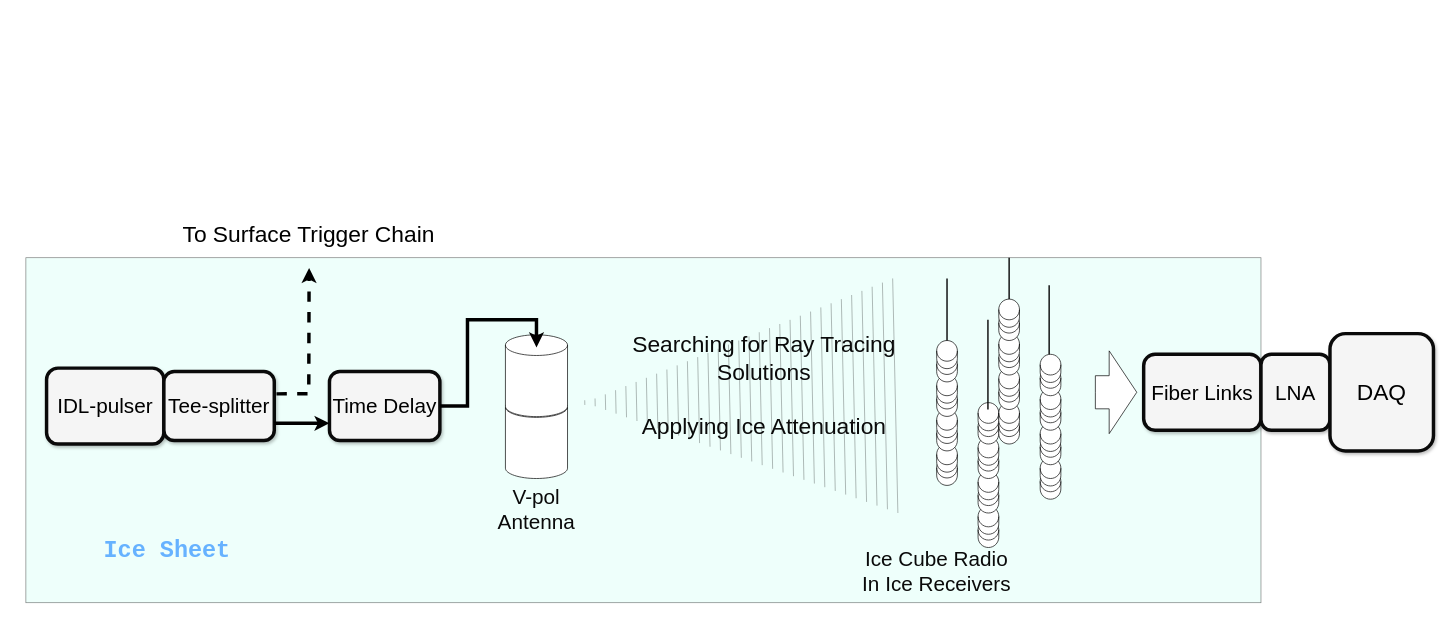
Before: inIceChain.drawio in alisanozdrina/cath_sim, a draw.io diagram. Source tidied: cells renumbered, new cells numbered last; positions are measured from the earlier drawing's top-left corner, leaving out a move shared by most shapes. Both pictures are drawn from the tidied source at 69%, with x=0, y=0 at pixel (26, 19).
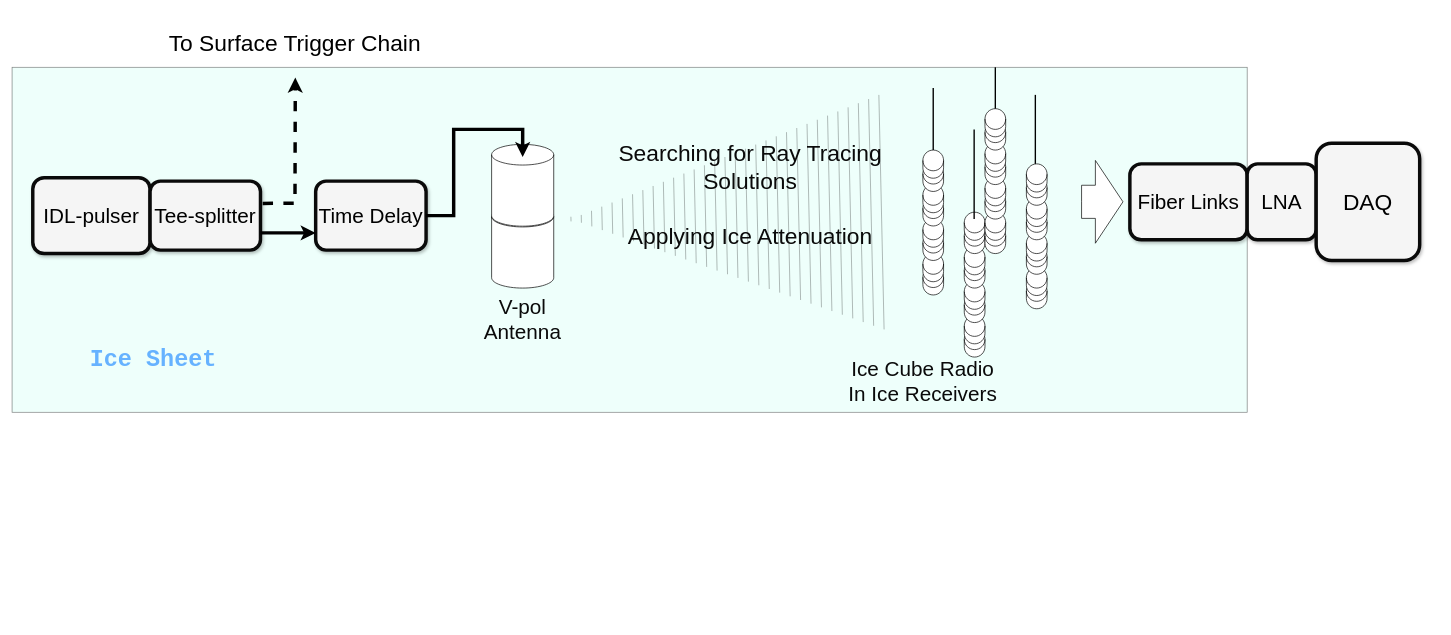
Above is the later version.

Diff of the diagram source:
```diff
@@
-    <mxCell id="2" style="group;" parent="1" vertex="1">
-      <mxGeometry width="2040" height="876" as="geometry" />
-    </mxCell>
-    <mxCell id="3" style="rounded=0;whiteSpace=wrap;html=1;fillColor=#DEFFF7;opacity=50;" parent="2" vertex="1">
-      <mxGeometry y="346" width="1790" height="500" as="geometry" />
+    <mxCell id="3" style="rounded=0;whiteSpace=wrap;html=1;fillColor=#DEFFF7;opacity=50;" parent="1" vertex="1">
+      <mxGeometry x="-20" y="70" width="1790" height="500" as="geometry" />
     </mxCell>
-    <mxCell id="4" style="edgeStyle=orthogonalEdgeStyle;rounded=0;orthogonalLoop=1;jettySize=auto;html=1;exitX=0.5;exitY=1;exitDx=0;exitDy=0;exitPerimeter=0;" parent="2" edge="1">
+    <mxCell id="4" style="edgeStyle=orthogonalEdgeStyle;rounded=0;orthogonalLoop=1;jettySize=auto;html=1;exitX=0.5;exitY=1;exitDx=0;exitDy=0;exitPerimeter=0;" parent="1" edge="1">
       <mxGeometry relative="1" as="geometry">
-        <mxPoint x="265" y="406" as="sourcePoint" />
-        <mxPoint x="265" y="406" as="targetPoint" />
+        <mxPoint x="245" y="130" as="sourcePoint" />
+        <mxPoint x="245" y="130" as="targetPoint" />
       </mxGeometry>
     </mxCell>
-    <mxCell id="5" style="group;" parent="2" vertex="1">
+    <mxCell id="5" style="group;" parent="1" vertex="1">
       <mxGeometry x="150" width="180" height="392" as="geometry" />
     </mxCell>
-    <mxCell id="6" value="&lt;pre&gt;&lt;font style=&quot;font-size: 34px;&quot;&gt;&lt;b&gt;Ice Sheet &lt;/b&gt;&lt;/font&gt;&lt;/pre&gt;" style="text;strokeColor=none;align=center;fillColor=none;html=1;verticalAlign=middle;whiteSpace=wrap;rounded=0;fontColor=#66B2FF;" parent="2" vertex="1">
-      <mxGeometry x="120" y="726" width="190" height="90" as="geometry" />
+    <mxCell id="6" value="&lt;pre&gt;&lt;font style=&quot;font-size: 34px;&quot;&gt;&lt;b&gt;Ice Sheet &lt;/b&gt;&lt;/font&gt;&lt;/pre&gt;" style="text;strokeColor=none;align=center;fillColor=none;html=1;verticalAlign=middle;whiteSpace=wrap;rounded=0;fontColor=#66B2FF;" parent="1" vertex="1">
+      <mxGeometry x="100" y="450" width="190" height="90" as="geometry" />
     </mxCell>
-    <mxCell id="7" style="group;" parent="2" vertex="1">
-      <mxGeometry x="1320" y="406" width="180" height="410" as="geometry" />
+    <mxCell id="7" style="group;" parent="1" vertex="1">
+      <mxGeometry x="1300" y="130" width="180" height="410" as="geometry" />
     </mxCell>
@@
-    <mxCell id="62" style="endArrow=none;html=1;strokeWidth=2;rounded=0;" parent="2" edge="1">
+    <mxCell id="62" style="endArrow=none;html=1;strokeWidth=2;rounded=0;" parent="1" edge="1">
       <mxGeometry relative="1" as="geometry">
-        <mxPoint x="1335" y="376" as="sourcePoint" />
-        <mxPoint x="1335" y="466" as="targetPoint" />
+        <mxPoint x="1315" y="100" as="sourcePoint" />
+        <mxPoint x="1315" y="190" as="targetPoint" />
       </mxGeometry>
     </mxCell>
-    <mxCell id="63" style="endArrow=none;html=1;strokeWidth=2;rounded=0;" parent="2" edge="1">
+    <mxCell id="63" style="endArrow=none;html=1;strokeWidth=2;rounded=0;" parent="1" edge="1">
       <mxGeometry relative="1" as="geometry">
-        <mxPoint x="1425" y="346" as="sourcePoint" />
-        <mxPoint x="1425" y="406" as="targetPoint" />
+        <mxPoint x="1405" y="70" as="sourcePoint" />
+        <mxPoint x="1405" y="130" as="targetPoint" />
       </mxGeometry>
     </mxCell>
-    <mxCell id="64" style="endArrow=none;html=1;strokeWidth=2;rounded=0;" parent="2" edge="1">
+    <mxCell id="64" style="endArrow=none;html=1;strokeWidth=2;rounded=0;" parent="1" edge="1">
       <mxGeometry relative="1" as="geometry">
-        <mxPoint x="1483" y="386" as="sourcePoint" />
-        <mxPoint x="1483" y="486" as="targetPoint" />
+        <mxPoint x="1463" y="110" as="sourcePoint" />
+        <mxPoint x="1463" y="210" as="targetPoint" />
       </mxGeometry>
     </mxCell>
-    <mxCell id="65" value="&lt;font style=&quot;font-size: 30px;&quot; color=&quot;#0a0a0a&quot;&gt;Ice Cube Radio In Ice Receivers&lt;br&gt;&lt;/font&gt;" style="text;strokeColor=none;align=center;fillColor=none;html=1;verticalAlign=middle;whiteSpace=wrap;rounded=0;strokeWidth=4;fontStyle=0;fontSize=19;fontColor=#4F4F4F;" parent="2" vertex="1">
-      <mxGeometry x="1210" y="726" width="220" height="150" as="geometry" />
+    <mxCell id="65" value="&lt;font style=&quot;font-size: 30px;&quot; color=&quot;#0a0a0a&quot;&gt;Ice Cube Radio In Ice Receivers&lt;br&gt;&lt;/font&gt;" style="text;strokeColor=none;align=center;fillColor=none;html=1;verticalAlign=middle;whiteSpace=wrap;rounded=0;strokeWidth=4;fontStyle=0;fontSize=19;fontColor=#4F4F4F;" parent="1" vertex="1">
+      <mxGeometry x="1190" y="450" width="220" height="150" as="geometry" />
     </mxCell>
-    <mxCell id="66" value="&lt;font style=&quot;font-size: 30px;&quot;&gt;IDL-pulser&lt;/font&gt;" style="whiteSpace=wrap;html=1;shadow=1;fontSize=19;fillColor=#f5f5f5;strokeColor=#0A0A0A;strokeWidth=5;rounded=1;" parent="2" vertex="1">
-      <mxGeometry x="30" y="506" width="170" height="110" as="geometry" />
+    <mxCell id="66" value="&lt;font style=&quot;font-size: 30px;&quot;&gt;IDL-pulser&lt;/font&gt;" style="whiteSpace=wrap;html=1;shadow=1;fontSize=19;fillColor=#f5f5f5;strokeColor=#0A0A0A;strokeWidth=5;rounded=1;" parent="1" vertex="1">
+      <mxGeometry x="10" y="230" width="170" height="110" as="geometry" />
     </mxCell>
-    <mxCell id="67" value="&lt;font style=&quot;font-size: 30px;&quot;&gt;Tee-splitter&lt;/font&gt;" style="whiteSpace=wrap;html=1;shadow=1;fontSize=19;fillColor=#f5f5f5;strokeColor=#0A0A0A;strokeWidth=5;rounded=1;" parent="2" vertex="1">
-      <mxGeometry x="200" y="511" width="160" height="100" as="geometry" />
+    <mxCell id="67" value="&lt;font style=&quot;font-size: 30px;&quot;&gt;Tee-splitter&lt;/font&gt;" style="whiteSpace=wrap;html=1;shadow=1;fontSize=19;fillColor=#f5f5f5;strokeColor=#0A0A0A;strokeWidth=5;rounded=1;" parent="1" vertex="1">
+      <mxGeometry x="180" y="235" width="160" height="100" as="geometry" />
     </mxCell>
-    <mxCell id="68" value="&lt;font style=&quot;font-size: 30px;&quot;&gt;Time Delay&lt;/font&gt;" style="whiteSpace=wrap;html=1;shadow=1;fontSize=19;fillColor=#f5f5f5;strokeColor=#0A0A0A;strokeWidth=5;rounded=1;" parent="2" vertex="1">
-      <mxGeometry x="440" y="511" width="160" height="100" as="geometry" />
+    <mxCell id="68" value="&lt;font style=&quot;font-size: 30px;&quot;&gt;Time Delay&lt;/font&gt;" style="whiteSpace=wrap;html=1;shadow=1;fontSize=19;fillColor=#f5f5f5;strokeColor=#0A0A0A;strokeWidth=5;rounded=1;" parent="1" vertex="1">
+      <mxGeometry x="420" y="235" width="160" height="100" as="geometry" />
     </mxCell>
-    <mxCell id="69" style="group;" parent="2" vertex="1">
-      <mxGeometry x="695" y="456" width="90" height="210" as="geometry" />
+    <mxCell id="69" style="group;" parent="1" vertex="1">
+      <mxGeometry x="675" y="180" width="90" height="210" as="geometry" />
     </mxCell>
@@
-    <mxCell id="72" value="&lt;font style=&quot;font-size: 30px;&quot; color=&quot;#0a0a0a&quot;&gt;V-pol Antenna&lt;/font&gt;&lt;font style=&quot;font-size: 30px;&quot; color=&quot;#0a0a0a&quot;&gt;&lt;br&gt;&lt;/font&gt;" style="text;strokeColor=none;align=center;fillColor=none;html=1;verticalAlign=middle;whiteSpace=wrap;rounded=0;strokeWidth=4;fontStyle=0;fontSize=19;fontColor=#4F4F4F;" parent="2" vertex="1">
-      <mxGeometry x="695" y="696" width="90" height="30" as="geometry" />
+    <mxCell id="72" value="&lt;font style=&quot;font-size: 30px;&quot; color=&quot;#0a0a0a&quot;&gt;V-pol Antenna&lt;/font&gt;&lt;font style=&quot;font-size: 30px;&quot; color=&quot;#0a0a0a&quot;&gt;&lt;br&gt;&lt;/font&gt;" style="text;strokeColor=none;align=center;fillColor=none;html=1;verticalAlign=middle;whiteSpace=wrap;rounded=0;strokeWidth=4;fontStyle=0;fontSize=19;fontColor=#4F4F4F;" parent="1" vertex="1">
+      <mxGeometry x="675" y="420" width="90" height="30" as="geometry" />
     </mxCell>
-    <mxCell id="73" style="shape=mxgraph.arrows2.wedgeArrowDashed2;html=1;startWidth=170;stepSize=15;rounded=0;opacity=40;" parent="2" edge="1">
+    <mxCell id="73" style="shape=mxgraph.arrows2.wedgeArrowDashed2;html=1;startWidth=170;stepSize=15;rounded=0;opacity=40;" parent="1" edge="1">
       <mxGeometry relative="1" as="geometry">
-        <mxPoint x="1260" y="546" as="sourcePoint" />
-        <mxPoint x="810" y="556" as="targetPoint" />
+        <mxPoint x="1240" y="280" as="sourcePoint" />
+        <mxPoint x="790" y="290" as="targetPoint" />
       </mxGeometry>
     </mxCell>
-    <mxCell id="74" value="&lt;div style=&quot;font-size: 33px;&quot;&gt;&lt;font style=&quot;font-size: 33px;&quot; color=&quot;#0a0a0a&quot;&gt;Searching for Ray Tracing Solutions&lt;br&gt;&lt;/font&gt;&lt;/div&gt;&lt;div style=&quot;font-size: 33px;&quot;&gt;&lt;font style=&quot;font-size: 33px;&quot; color=&quot;#0a0a0a&quot;&gt;&lt;br&gt;&lt;/font&gt;&lt;/div&gt;&lt;div style=&quot;font-size: 33px;&quot;&gt;&lt;font style=&quot;font-size: 33px;&quot; color=&quot;#0a0a0a&quot;&gt;Applying Ice Attenuation&lt;br&gt;&lt;/font&gt;&lt;/div&gt;" style="text;strokeColor=none;align=center;fillColor=none;html=1;verticalAlign=middle;whiteSpace=wrap;rounded=0;strokeWidth=4;fontStyle=0;fontSize=19;fontColor=#4F4F4F;" parent="2" vertex="1">
-      <mxGeometry x="870" y="436" width="400" height="190" as="geometry" />
+    <mxCell id="74" value="&lt;div style=&quot;font-size: 33px;&quot;&gt;&lt;font style=&quot;font-size: 33px;&quot; color=&quot;#0a0a0a&quot;&gt;Searching for Ray Tracing Solutions&lt;br&gt;&lt;/font&gt;&lt;/div&gt;&lt;div style=&quot;font-size: 33px;&quot;&gt;&lt;font style=&quot;font-size: 33px;&quot; color=&quot;#0a0a0a&quot;&gt;&lt;br&gt;&lt;/font&gt;&lt;/div&gt;&lt;div style=&quot;font-size: 33px;&quot;&gt;&lt;font style=&quot;font-size: 33px;&quot; color=&quot;#0a0a0a&quot;&gt;Applying Ice Attenuation&lt;br&gt;&lt;/font&gt;&lt;/div&gt;" style="text;strokeColor=none;align=center;fillColor=none;html=1;verticalAlign=middle;whiteSpace=wrap;rounded=0;strokeWidth=4;fontStyle=0;fontSize=19;fontColor=#4F4F4F;" parent="1" vertex="1">
+      <mxGeometry x="850" y="160" width="400" height="190" as="geometry" />
     </mxCell>
-    <mxCell id="75" value="&lt;font style=&quot;font-size: 30px;&quot;&gt;Fiber Links&lt;/font&gt;" style="whiteSpace=wrap;html=1;shadow=1;fontSize=19;fillColor=#f5f5f5;strokeColor=#0A0A0A;strokeWidth=5;rounded=1;" parent="2" vertex="1">
-      <mxGeometry x="1620" y="486" width="170" height="110" as="geometry" />
+    <mxCell id="75" value="&lt;font style=&quot;font-size: 30px;&quot;&gt;Fiber Links&lt;/font&gt;" style="whiteSpace=wrap;html=1;shadow=1;fontSize=19;fillColor=#f5f5f5;strokeColor=#0A0A0A;strokeWidth=5;rounded=1;" parent="1" vertex="1">
+      <mxGeometry x="1600" y="210" width="170" height="110" as="geometry" />
     </mxCell>
-    <mxCell id="76" style="html=1;shadow=0;dashed=0;align=center;verticalAlign=middle;shape=mxgraph.arrows2.arrow;dy=0.6;dx=40;notch=0;" parent="2" vertex="1">
-      <mxGeometry x="1550" y="481" width="60" height="120" as="geometry" />
+    <mxCell id="76" style="html=1;shadow=0;dashed=0;align=center;verticalAlign=middle;shape=mxgraph.arrows2.arrow;dy=0.6;dx=40;notch=0;" parent="1" vertex="1">
+      <mxGeometry x="1530" y="205" width="60" height="120" as="geometry" />
     </mxCell>
-    <mxCell id="77" value="&lt;font style=&quot;font-size: 30px;&quot;&gt;LNA&lt;/font&gt;" style="whiteSpace=wrap;html=1;shadow=1;fontSize=19;fillColor=#f5f5f5;strokeColor=#0A0A0A;strokeWidth=5;rounded=1;" parent="2" vertex="1">
-      <mxGeometry x="1790" y="486" width="100" height="110" as="geometry" />
+    <mxCell id="77" value="&lt;font style=&quot;font-size: 30px;&quot;&gt;LNA&lt;/font&gt;" style="whiteSpace=wrap;html=1;shadow=1;fontSize=19;fillColor=#f5f5f5;strokeColor=#0A0A0A;strokeWidth=5;rounded=1;" parent="1" vertex="1">
+      <mxGeometry x="1770" y="210" width="100" height="110" as="geometry" />
     </mxCell>
-    <mxCell id="78" value="&lt;font style=&quot;font-size: 33px;&quot;&gt;DAQ&lt;/font&gt;" style="whiteSpace=wrap;html=1;shadow=1;fontSize=19;fillColor=#f5f5f5;strokeColor=#0A0A0A;strokeWidth=5;rounded=1;" parent="2" vertex="1">
-      <mxGeometry x="1890" y="456" width="150" height="170" as="geometry" />
+    <mxCell id="78" value="&lt;font style=&quot;font-size: 33px;&quot;&gt;DAQ&lt;/font&gt;" style="whiteSpace=wrap;html=1;shadow=1;fontSize=19;fillColor=#f5f5f5;strokeColor=#0A0A0A;strokeWidth=5;rounded=1;" parent="1" vertex="1">
+      <mxGeometry x="1870" y="180" width="150" height="170" as="geometry" />
     </mxCell>
-    <mxCell id="79" style="endArrow=classic;html=1;rounded=0;exitX=1;exitY=0.75;exitDx=0;exitDy=0;entryX=0;entryY=0.75;entryDx=0;entryDy=0;strokeWidth=5;endFill=1;" parent="2" edge="1" source="67" target="68">
+    <mxCell id="79" style="endArrow=classic;html=1;rounded=0;exitX=1;exitY=0.75;exitDx=0;exitDy=0;entryX=0;entryY=0.75;entryDx=0;entryDy=0;strokeWidth=5;endFill=1;" parent="1" edge="1" source="67" target="68">
       <mxGeometry relative="1" as="geometry" />
     </mxCell>
-    <mxCell id="80" style="endArrow=classic;html=1;rounded=0;exitX=1.02;exitY=0.323;exitDx=0;exitDy=0;strokeWidth=5;endFill=1;exitPerimeter=0;startArrow=none;startFill=0;dashed=1;entryX=0.501;entryY=1.055;entryDx=0;entryDy=0;entryPerimeter=0;" parent="2" edge="1" source="67" target="81">
+    <mxCell id="80" style="endArrow=classic;html=1;rounded=0;exitX=1.02;exitY=0.323;exitDx=0;exitDy=0;strokeWidth=5;endFill=1;exitPerimeter=0;startArrow=none;startFill=0;dashed=1;entryX=0.501;entryY=1.055;entryDx=0;entryDy=0;entryPerimeter=0;" parent="1" edge="1" source="67" target="81">
       <mxGeometry relative="1" as="geometry">
         <Array as="points">
-          <mxPoint x="410" y="543" />
+          <mxPoint x="390" y="267" />
         </Array>
       </mxGeometry>
     </mxCell>
-    <mxCell id="81" value="&lt;font style=&quot;font-size: 33px;&quot;&gt;To Surface Trigger Chain&lt;/font&gt;" style="text;strokeColor=none;align=center;fillColor=none;html=1;verticalAlign=middle;whiteSpace=wrap;rounded=0;" parent="2" vertex="1">
-      <mxGeometry x="170" y="266" width="480" height="90" as="geometry" />
+    <mxCell id="81" value="&lt;font style=&quot;font-size: 33px;&quot;&gt;To Surface Trigger Chain&lt;/font&gt;" style="text;strokeColor=none;align=center;fillColor=none;html=1;verticalAlign=middle;whiteSpace=wrap;rounded=0;" parent="1" vertex="1">
+      <mxGeometry x="150" y="-10" width="480" height="90" as="geometry" />
     </mxCell>
-    <mxCell id="82" style="endArrow=classic;html=1;rounded=0;exitX=1;exitY=0.5;exitDx=0;exitDy=0;strokeWidth=5;endFill=1;" parent="2" edge="1" source="68">
+    <mxCell id="82" style="endArrow=classic;html=1;rounded=0;exitX=1;exitY=0.5;exitDx=0;exitDy=0;strokeWidth=5;endFill=1;" parent="1" edge="1" source="68">
       <mxGeometry relative="1" as="geometry">
-        <mxPoint x="740" y="476" as="targetPoint" />
+        <mxPoint x="720" y="200" as="targetPoint" />
         <Array as="points">
-          <mxPoint x="640" y="561" />
-          <mxPoint x="640" y="436" />
-          <mxPoint x="740" y="436" />
+          <mxPoint x="620" y="285" />
+          <mxPoint x="620" y="160" />
+          <mxPoint x="720" y="160" />
         </Array>
       </mxGeometry>
     </mxCell>
```
